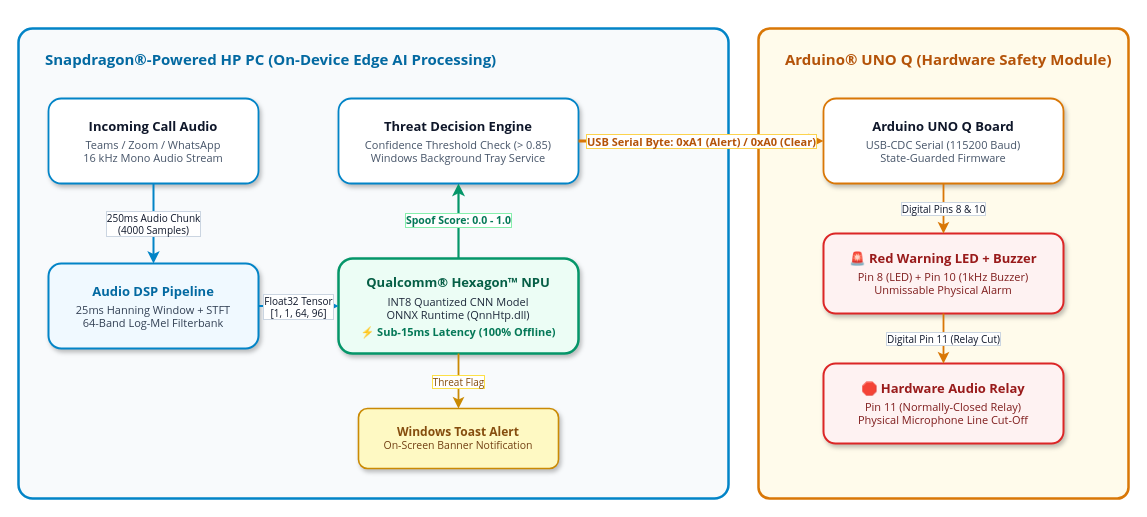
This is submission_assets/voicearmor_architecture.drawio from BharathGDevadiga/VoiceArmor-Edge, a draw.io file, before an edit. Source tidied: cells renumbered, new cells numbered last; positions are measured from the earlier drawing's top-left corner, leaving out a move shared by most shapes. Both pictures are drawn from the tidied source at 100%, with x=0, y=0 at pixel (18, 28).
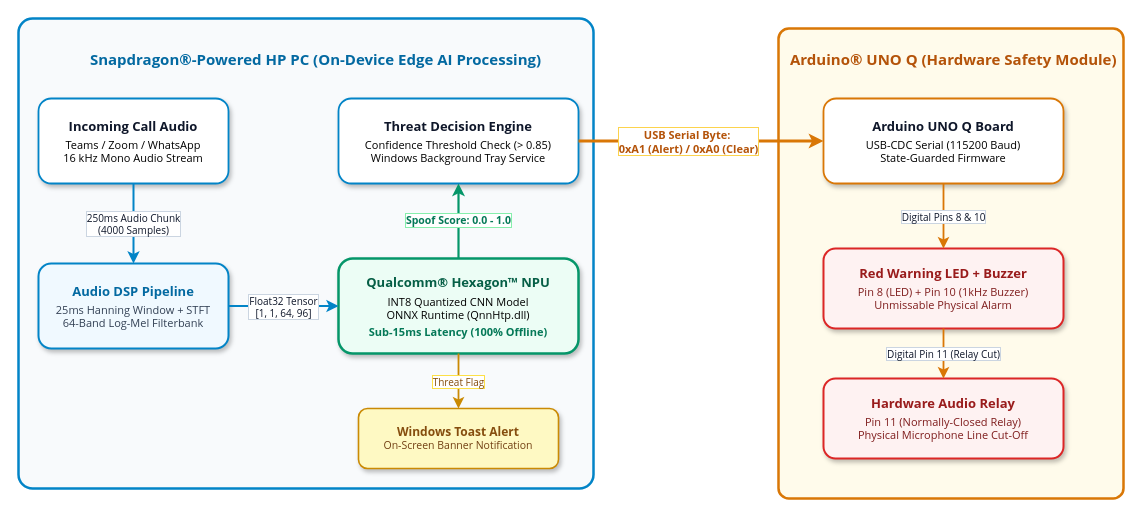
The same diagram, later.

Commit message (it also covers changes not shown here):
Clean repo: add temp/backup ignore rules and update Draw.io and SVG assets

What changed in the source:
```diff
@@
     <mxCell id="2" style="rounded=1;whiteSpace=wrap;html=1;fillColor=#F8FAFC;strokeColor=#0284C7;strokeWidth=2.5;arcSize=3;shadow=0;" parent="1" vertex="1">
-      <mxGeometry width="710" height="470" as="geometry" />
+      <mxGeometry y="-10" width="575" height="470" as="geometry" />
     </mxCell>
-    <mxCell id="3" value="Snapdragon®-Powered HP PC (On-Device Edge AI Processing)" style="text;html=1;strokeColor=none;fillColor=none;align=left;verticalAlign=middle;whiteSpace=wrap;rounded=0;fontFamily=Segoe UI;fontSize=15;fontStyle=1;fontColor=#0369A1;" parent="1" vertex="1">
-      <mxGeometry x="25" y="15" width="550" height="30" as="geometry" />
+    <mxCell id="3" value="Snapdragon®-Powered HP PC (On-Device Edge AI Processing)" style="text;html=1;strokeColor=none;fillColor=none;align=center;verticalAlign=middle;whiteSpace=wrap;rounded=0;fontFamily=Segoe UI;fontSize=15;fontStyle=1;fontColor=#0369A1;" parent="1" vertex="1">
+      <mxGeometry x="20" y="15" width="555" height="30" as="geometry" />
     </mxCell>
     <mxCell id="4" style="rounded=1;whiteSpace=wrap;html=1;fillColor=#FFFBEB;strokeColor=#D97706;strokeWidth=2.5;arcSize=3;shadow=0;" parent="1" vertex="1">
-      <mxGeometry x="740" width="370" height="470" as="geometry" />
+      <mxGeometry x="760" width="345" height="470" as="geometry" />
     </mxCell>
     <mxCell id="5" value="Arduino® UNO Q (Hardware Safety Module)" style="text;html=1;strokeColor=none;fillColor=none;align=left;verticalAlign=middle;whiteSpace=wrap;rounded=0;fontFamily=Segoe UI;fontSize=15;fontStyle=1;fontColor=#B45309;" parent="1" vertex="1">
-      <mxGeometry x="765" y="15" width="340" height="30" as="geometry" />
+      <mxGeometry x="770" y="15" width="335" height="30" as="geometry" />
     </mxCell>
-    <mxCell id="6" value="&lt;div style=&quot;font-size: 13px; font-weight: bold; color: #0F172A; margin-bottom: 4px;&quot;&gt;Incoming Call Audio&lt;/div&gt;&lt;div style=&quot;font-size: 11px; color: #475569;&quot;&gt;Teams / Zoom / WhatsApp&lt;br&gt;16 kHz Mono Audio Stream&lt;/div&gt;" style="rounded=1;whiteSpace=wrap;html=1;fontFamily=Segoe UI;fillColor=#FFFFFF;strokeColor=#0284C7;strokeWidth=1.8;shadow=1;spacing=6;" parent="1" vertex="1">
-      <mxGeometry x="30" y="70" width="210" height="85" as="geometry" />
+    <mxCell id="6" value="&lt;div style=&quot;font-size: 13px; font-weight: bold; color: #0F172A; margin-bottom: 4px;&quot;&gt;Incoming Call Audio&lt;/div&gt;&lt;div style=&quot;font-size: 11px;&quot;&gt;&lt;span style=&quot;color: rgb(0, 0, 0);&quot;&gt;Teams / Zoom / WhatsApp&lt;br&gt;16 kHz Mono Audio Stream&lt;/span&gt;&lt;/div&gt;" style="rounded=1;whiteSpace=wrap;html=1;fontFamily=Segoe UI;fillColor=#FFFFFF;strokeColor=#0284C7;strokeWidth=1.8;shadow=1;spacing=6;" parent="1" vertex="1">
+      <mxGeometry x="20" y="70" width="190" height="85" as="geometry" />
     </mxCell>
     <mxCell id="7" value="&lt;div style=&quot;font-size: 13px; font-weight: bold; color: #0369A1; margin-bottom: 4px;&quot;&gt;Audio DSP Pipeline&lt;/div&gt;&lt;div style=&quot;font-size: 11px; color: #334155;&quot;&gt;25ms Hanning Window + STFT&lt;br&gt;64-Band Log-Mel Filterbank&lt;/div&gt;" style="rounded=1;whiteSpace=wrap;html=1;fontFamily=Segoe UI;fillColor=#F0F9FF;strokeColor=#0284C7;strokeWidth=2;shadow=1;spacing=6;" parent="1" vertex="1">
-      <mxGeometry x="30" y="235" width="210" height="85" as="geometry" />
+      <mxGeometry x="20" y="235" width="190" height="85" as="geometry" />
     </mxCell>
-    <mxCell id="8" value="&lt;div style=&quot;font-size: 13px; font-weight: bold; color: #065F46; margin-bottom: 4px;&quot;&gt;Qualcomm® Hexagon™ NPU&lt;/div&gt;&lt;div style=&quot;font-size: 11px; color: #1E293B;&quot;&gt;INT8 Quantized CNN Model&lt;br&gt;ONNX Runtime (QnnHtp.dll)&lt;/div&gt;&lt;div style=&quot;font-size: 11px; font-weight: bold; color: #047857; margin-top: 4px;&quot;&gt;⚡ Sub-15ms Latency (100% Offline)&lt;/div&gt;" style="rounded=1;whiteSpace=wrap;html=1;fontFamily=Segoe UI;fillColor=#ECFDF5;strokeColor=#059669;strokeWidth=2.5;shadow=1;spacing=6;" parent="1" vertex="1">
+    <mxCell id="8" value="&lt;div style=&quot;font-size: 13px; font-weight: bold; color: #065F46; margin-bottom: 4px;&quot;&gt;Qualcomm® Hexagon™ NPU&lt;/div&gt;&lt;div style=&quot;font-size: 11px;&quot;&gt;&lt;span style=&quot;color: rgb(0, 0, 0);&quot;&gt;INT8 Quantized CNN Model&lt;br&gt;ONNX Runtime (QnnHtp.dll)&lt;/span&gt;&lt;/div&gt;&lt;div style=&quot;font-size: 11px; font-weight: bold; color: #047857; margin-top: 4px;&quot;&gt;Sub-15ms Latency (100% Offline)&lt;/div&gt;" style="rounded=1;whiteSpace=wrap;html=1;fontFamily=Segoe UI;fillColor=#ECFDF5;strokeColor=#059669;strokeWidth=2.5;shadow=1;spacing=6;" parent="1" vertex="1">
       <mxGeometry x="320" y="230" width="240" height="95" as="geometry" />
     </mxCell>
-    <mxCell id="9" value="&lt;div style=&quot;font-size: 13px; font-weight: bold; color: #0F172A; margin-bottom: 4px;&quot;&gt;Threat Decision Engine&lt;/div&gt;&lt;div style=&quot;font-size: 11px; color: #475569;&quot;&gt;Confidence Threshold Check (&amp;gt; 0.85)&lt;br&gt;Windows Background Tray Service&lt;/div&gt;" style="rounded=1;whiteSpace=wrap;html=1;fontFamily=Segoe UI;fillColor=#FFFFFF;strokeColor=#0284C7;strokeWidth=1.8;shadow=1;spacing=6;" parent="1" vertex="1">
+    <mxCell id="9" value="&lt;div style=&quot;font-size: 13px; font-weight: bold; color: #0F172A; margin-bottom: 4px;&quot;&gt;Threat Decision Engine&lt;/div&gt;&lt;div style=&quot;font-size: 11px;&quot;&gt;&lt;span style=&quot;color: rgb(0, 0, 0);&quot;&gt;Confidence Threshold Check (&amp;gt; 0.85)&lt;br&gt;Windows Background Tray Service&lt;/span&gt;&lt;/div&gt;" style="rounded=1;whiteSpace=wrap;html=1;fontFamily=Segoe UI;fillColor=#FFFFFF;strokeColor=#0284C7;strokeWidth=1.8;shadow=1;spacing=6;" parent="1" vertex="1">
       <mxGeometry x="320" y="70" width="240" height="85" as="geometry" />
     </mxCell>
@@
-    <mxCell id="11" value="&lt;div style=&quot;font-size: 13px; font-weight: bold; color: #0F172A; margin-bottom: 4px;&quot;&gt;Arduino UNO Q Board&lt;/div&gt;&lt;div style=&quot;font-size: 11px; color: #475569;&quot;&gt;USB-CDC Serial (115200 Baud)&lt;br&gt;State-Guarded Firmware&lt;/div&gt;" style="rounded=1;whiteSpace=wrap;html=1;fontFamily=Segoe UI;fillColor=#FFFFFF;strokeColor=#D97706;strokeWidth=1.8;shadow=1;spacing=6;" parent="1" vertex="1">
+    <mxCell id="11" value="&lt;div style=&quot;font-size: 13px; font-weight: bold; color: #0F172A; margin-bottom: 4px;&quot;&gt;Arduino UNO Q Board&lt;/div&gt;&lt;div style=&quot;font-size: 11px;&quot;&gt;&lt;span style=&quot;color: rgb(0, 0, 0);&quot;&gt;USB-CDC Serial (115200 Baud)&lt;br&gt;State-Guarded Firmware&lt;/span&gt;&lt;/div&gt;" style="rounded=1;whiteSpace=wrap;html=1;fontFamily=Segoe UI;fillColor=#FFFFFF;strokeColor=#D97706;strokeWidth=1.8;shadow=1;spacing=6;" parent="1" vertex="1">
       <mxGeometry x="805" y="70" width="240" height="85" as="geometry" />
     </mxCell>
-    <mxCell id="12" value="&lt;div style=&quot;font-size: 13px; font-weight: bold; color: #991B1B; margin-bottom: 4px;&quot;&gt;🚨 Red Warning LED + Buzzer&lt;/div&gt;&lt;div style=&quot;font-size: 11px; color: #7F1D1D;&quot;&gt;Pin 8 (LED) + Pin 10 (1kHz Buzzer)&lt;br&gt;Unmissable Physical Alarm&lt;/div&gt;" style="rounded=1;whiteSpace=wrap;html=1;fontFamily=Segoe UI;fillColor=#FEF2F2;strokeColor=#DC2626;strokeWidth=2;shadow=1;spacing=6;" parent="1" vertex="1">
-      <mxGeometry x="805" y="205" width="240" height="80" as="geometry" />
+    <mxCell id="12" value="&lt;div style=&quot;font-size: 13px; font-weight: bold; color: #991B1B; margin-bottom: 4px;&quot;&gt;Red Warning LED + Buzzer&lt;/div&gt;&lt;div style=&quot;font-size: 11px; color: #7F1D1D;&quot;&gt;Pin 8 (LED) + Pin 10 (1kHz Buzzer)&lt;br&gt;Unmissable Physical Alarm&lt;/div&gt;" style="rounded=1;whiteSpace=wrap;html=1;fontFamily=Segoe UI;fillColor=#FEF2F2;strokeColor=#DC2626;strokeWidth=2;shadow=1;spacing=6;" parent="1" vertex="1">
+      <mxGeometry x="805" y="220" width="240" height="80" as="geometry" />
     </mxCell>
-    <mxCell id="13" value="&lt;div style=&quot;font-size: 13px; font-weight: bold; color: #991B1B; margin-bottom: 4px;&quot;&gt;🛑 Hardware Audio Relay&lt;/div&gt;&lt;div style=&quot;font-size: 11px; color: #7F1D1D;&quot;&gt;Pin 11 (Normally-Closed Relay)&lt;br&gt;Physical Microphone Line Cut-Off&lt;/div&gt;" style="rounded=1;whiteSpace=wrap;html=1;fontFamily=Segoe UI;fillColor=#FEF2F2;strokeColor=#DC2626;strokeWidth=2;shadow=1;spacing=6;" parent="1" vertex="1">
-      <mxGeometry x="805" y="335" width="240" height="80" as="geometry" />
+    <mxCell id="13" value="&lt;div style=&quot;font-size: 13px; font-weight: bold; color: #991B1B; margin-bottom: 4px;&quot;&gt;Hardware Audio Relay&lt;/div&gt;&lt;div style=&quot;font-size: 11px; color: #7F1D1D;&quot;&gt;Pin 11 (Normally-Closed Relay)&lt;br&gt;Physical Microphone Line Cut-Off&lt;/div&gt;" style="rounded=1;whiteSpace=wrap;html=1;fontFamily=Segoe UI;fillColor=#FEF2F2;strokeColor=#DC2626;strokeWidth=2;shadow=1;spacing=6;" parent="1" vertex="1">
+      <mxGeometry x="805" y="350" width="240" height="80" as="geometry" />
     </mxCell>
@@
-    <mxCell id="18" value="USB Serial Byte: 0xA1 (Alert) / 0xA0 (Clear)" style="edgeStyle=orthogonalEdgeStyle;rounded=1;jettySize=auto;html=1;fontFamily=Segoe UI;fontSize=11;fontStyle=1;fontColor=#B45309;labelBackgroundColor=#FFFFFF;labelBorderColor=#FCD34D;strokeColor=#D97706;strokeWidth=2.8;" parent="1" edge="1" source="9" target="11">
-      <mxGeometry relative="1" as="geometry" />
+    <mxCell id="18" value="USB Serial Byte:&amp;nbsp;&lt;div&gt;0xA1 (Alert) / 0xA0 (Clear)&lt;/div&gt;" style="edgeStyle=orthogonalEdgeStyle;rounded=1;jettySize=auto;html=1;fontFamily=Segoe UI;fontSize=11;fontStyle=1;fontColor=#B45309;labelBackgroundColor=#FFFFFF;labelBorderColor=#FCD34D;strokeColor=#D97706;strokeWidth=2.8;" parent="1" edge="1" source="9" target="11">
+      <mxGeometry x="-0.1" relative="1" as="geometry" />
     </mxCell>
```
